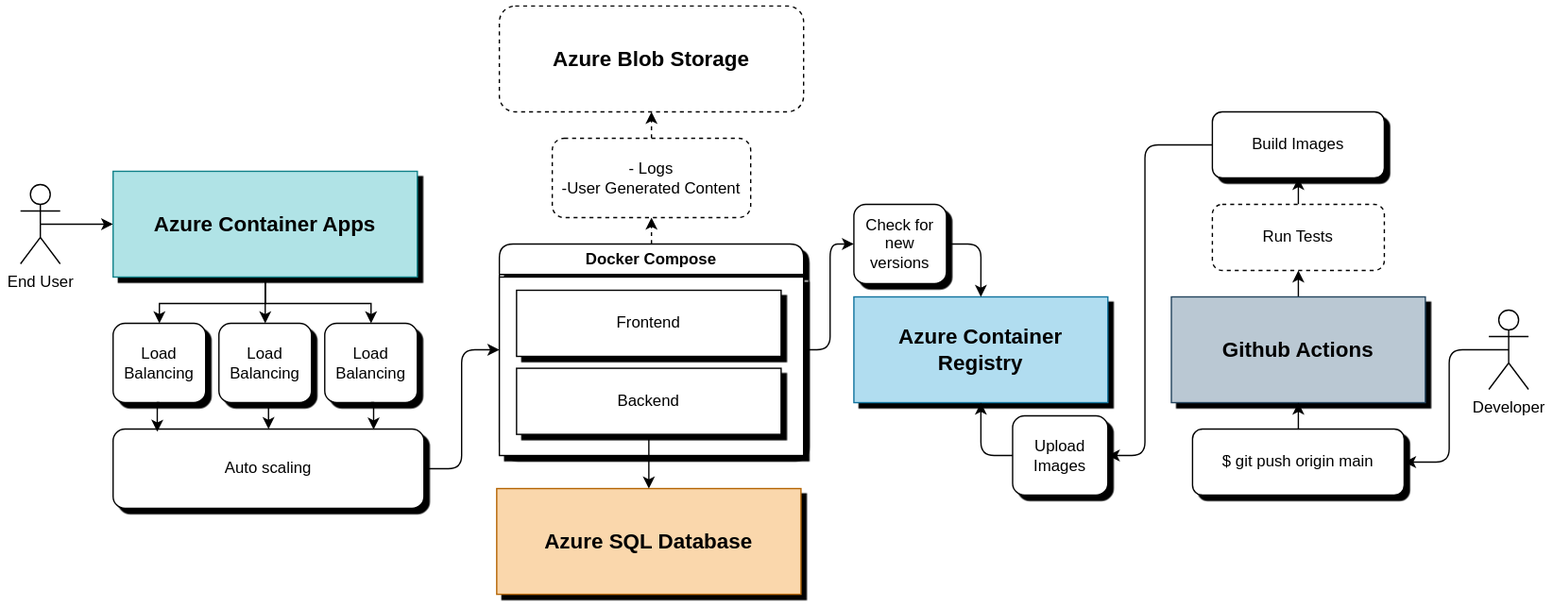
sakuexe/riihisoft_assignment keeps this draw.io diagram as riihisoft_azure_diagram.svg. Above is the earlier version. Source tidied: cells renumbered, new cells last; positions are measured from the earlier drawing's top-left corner, leaving out a move shared by most shapes. Source of this version:
```xml
<mxGraphModel background="#ffffff">
  <root>
    <mxCell id="0" />
    <mxCell id="1" parent="0" />
    <mxCell id="2" value="Docker Compose" style="swimlane;whiteSpace=wrap;html=1;labelBackgroundColor=none;rounded=1;shadow=1;strokeColor=default;align=center;verticalAlign=middle;shadowOffsetX=4;shadowOffsetY=4;shadowBlur=0;shadowOpacity=100;fontFamily=Helvetica;fontSize=12;fontColor=default;fillColor=default;" parent="1" vertex="1">
      <mxGeometry x="362" y="180" width="230" height="160" as="geometry" />
    </mxCell>
    <mxCell id="3" value="&lt;font style=&quot;font-size: 16px;&quot;&gt;&lt;b&gt;Azure SQL Database&lt;br&gt;&lt;/b&gt;&lt;/font&gt;" style="rounded=0;whiteSpace=wrap;html=1;labelBackgroundColor=none;shadow=1;strokeColor=#b46504;align=center;verticalAlign=middle;shadowOffsetX=4;shadowOffsetY=4;shadowBlur=0;shadowOpacity=100;fontFamily=Helvetica;fontSize=12;fillColor=#fad7ac;" parent="1" vertex="1">
      <mxGeometry x="360" y="365" width="230" height="80" as="geometry" />
    </mxCell>
    <mxCell id="4" value="&lt;font style=&quot;font-size: 16px;&quot;&gt;&lt;b&gt;Azure Blob Storage&lt;br&gt;&lt;/b&gt;&lt;/font&gt;" style="rounded=1;whiteSpace=wrap;html=1;dashed=1;labelBackgroundColor=none;" parent="1" vertex="1">
      <mxGeometry x="362" width="230" height="80" as="geometry" />
    </mxCell>
    <mxCell id="5" style="edgeStyle=orthogonalEdgeStyle;rounded=0;jettySize=auto;html=1;exitX=0.5;exitY=0.5;exitDx=0;exitDy=0;exitPerimeter=0;entryX=0;entryY=0.5;entryDx=0;entryDy=0;fontFamily=Helvetica;fontSize=12;fontColor=default;labelBackgroundColor=none;" parent="1" edge="1" source="6" target="12">
      <mxGeometry relative="1" as="geometry" />
    </mxCell>
    <mxCell id="6" value="End User" style="shape=umlActor;verticalLabelPosition=bottom;verticalAlign=top;html=1;outlineConnect=0;labelBackgroundColor=none;rounded=1;" parent="1" vertex="1">
      <mxGeometry y="135" width="30" height="60" as="geometry" />
    </mxCell>
    <mxCell id="7" style="group;fontStyle=1;labelBackgroundColor=none;rounded=0;glass=0;fillColor=default;shadow=1;strokeColor=default;align=center;verticalAlign=middle;shadowOffsetX=4;shadowOffsetY=4;shadowBlur=0;shadowOpacity=100;fontFamily=Helvetica;fontSize=12;fontColor=default;" parent="1" vertex="1">
      <mxGeometry x="362" y="205" width="230" height="135" as="geometry" />
    </mxCell>
    <mxCell id="8" style="edgeStyle=orthogonalEdgeStyle;rounded=1;jettySize=auto;html=1;entryX=0;entryY=0.5;entryDx=0;entryDy=0;labelBackgroundColor=none;fontColor=default;" parent="1" edge="1" source="18" target="2">
      <mxGeometry relative="1" as="geometry" />
    </mxCell>
    <mxCell id="9" style="edgeStyle=orthogonalEdgeStyle;rounded=0;jettySize=auto;html=1;exitX=0.5;exitY=1;exitDx=0;exitDy=0;entryX=0.5;entryY=0;entryDx=0;entryDy=0;fontFamily=Helvetica;fontSize=12;fontColor=default;labelBackgroundColor=none;" parent="1" edge="1" source="12" target="17">
      <mxGeometry relative="1" as="geometry" />
    </mxCell>
    <mxCell id="10" style="edgeStyle=orthogonalEdgeStyle;rounded=0;jettySize=auto;html=1;exitX=0.5;exitY=1;exitDx=0;exitDy=0;entryX=0.5;entryY=0;entryDx=0;entryDy=0;fontFamily=Helvetica;fontSize=12;fontColor=default;labelBackgroundColor=none;" parent="1" edge="1" source="12" target="39">
      <mxGeometry relative="1" as="geometry" />
    </mxCell>
    <mxCell id="11" style="edgeStyle=orthogonalEdgeStyle;rounded=0;jettySize=auto;html=1;exitX=0.5;exitY=1;exitDx=0;exitDy=0;entryX=0.5;entryY=0;entryDx=0;entryDy=0;fontFamily=Helvetica;fontSize=12;fontColor=default;labelBackgroundColor=none;" parent="1" edge="1" source="12" target="38">
      <mxGeometry relative="1" as="geometry" />
    </mxCell>
    <mxCell id="12" value="&lt;font style=&quot;font-size: 16px;&quot;&gt;&lt;b&gt;Azure Container Apps&lt;br&gt;&lt;/b&gt;&lt;/font&gt;" style="rounded=0;whiteSpace=wrap;html=1;labelBackgroundColor=none;shadow=1;shadowOpacity=100;shadowBlur=0;shadowOffsetX=4;shadowOffsetY=4;fillColor=#b0e3e6;strokeColor=#0e8088;" parent="1" vertex="1">
      <mxGeometry x="70" y="125" width="230" height="80" as="geometry" />
    </mxCell>
    <mxCell id="13" style="edgeStyle=orthogonalEdgeStyle;rounded=1;jettySize=auto;html=1;exitX=0.5;exitY=0;exitDx=0;exitDy=0;entryX=0.5;entryY=1;entryDx=0;entryDy=0;dashed=1;labelBackgroundColor=none;fontColor=default;" parent="1" edge="1" source="14" target="4">
      <mxGeometry relative="1" as="geometry" />
    </mxCell>
    <mxCell id="14" value="&lt;div align=&quot;center&quot;&gt;- Logs&lt;br&gt;-User Generated Content&lt;br&gt;&lt;/div&gt;" style="rounded=1;whiteSpace=wrap;html=1;align=center;dashed=1;labelBackgroundColor=none;" parent="1" vertex="1">
      <mxGeometry x="402" y="100" width="150" height="60" as="geometry" />
    </mxCell>
    <mxCell id="15" style="edgeStyle=orthogonalEdgeStyle;rounded=1;jettySize=auto;html=1;exitX=0.5;exitY=0;exitDx=0;exitDy=0;entryX=0.5;entryY=1;entryDx=0;entryDy=0;dashed=1;labelBackgroundColor=none;fontColor=default;" parent="1" edge="1" source="2" target="14">
      <mxGeometry relative="1" as="geometry" />
    </mxCell>
    <mxCell id="16" style="edgeStyle=orthogonalEdgeStyle;rounded=0;jettySize=auto;html=1;exitX=0.5;exitY=1;exitDx=0;exitDy=0;entryX=0.5;entryY=0;entryDx=0;entryDy=0;fontFamily=Helvetica;fontSize=12;fontColor=default;labelBackgroundColor=none;" parent="1" edge="1" source="17" target="18">
      <mxGeometry relative="1" as="geometry" />
    </mxCell>
    <mxCell id="17" value="Load Balancing" style="rounded=1;whiteSpace=wrap;html=1;fontStyle=0;labelBackgroundColor=none;shadow=1;strokeColor=default;align=center;verticalAlign=middle;shadowOffsetX=4;shadowOffsetY=4;shadowBlur=0;shadowOpacity=100;fontFamily=Helvetica;fontSize=12;fontColor=default;fillColor=default;" parent="1" vertex="1">
      <mxGeometry x="150" y="240" width="70" height="60" as="geometry" />
    </mxCell>
    <mxCell id="18" value="Auto scaling" style="rounded=1;whiteSpace=wrap;html=1;fontStyle=0;labelBackgroundColor=none;shadow=1;strokeColor=default;align=center;verticalAlign=middle;shadowOffsetX=4;shadowOffsetY=4;shadowBlur=0;shadowOpacity=100;fontFamily=Helvetica;fontSize=12;fontColor=default;fillColor=default;" parent="1" vertex="1">
      <mxGeometry x="70" y="320" width="235" height="60" as="geometry" />
    </mxCell>
    <mxCell id="19" style="edgeStyle=orthogonalEdgeStyle;rounded=1;jettySize=auto;html=1;exitX=0.5;exitY=1;exitDx=0;exitDy=0;entryX=0.5;entryY=0;entryDx=0;entryDy=0;labelBackgroundColor=none;fontColor=default;" parent="1" edge="1" source="37" target="3">
      <mxGeometry relative="1" as="geometry" />
    </mxCell>
    <mxCell id="20" value="&lt;font style=&quot;font-size: 16px;&quot;&gt;Azure Container Registry&lt;/font&gt;" style="rounded=0;whiteSpace=wrap;html=1;fontStyle=1;labelBackgroundColor=none;shadow=1;strokeColor=#10739e;align=center;verticalAlign=middle;shadowOffsetX=4;shadowOffsetY=4;shadowBlur=0;shadowOpacity=100;fontFamily=Helvetica;fontSize=12;fillColor=#b1ddf0;" parent="1" vertex="1">
      <mxGeometry x="630" y="220" width="192" height="80" as="geometry" />
    </mxCell>
    <mxCell id="21" style="edgeStyle=orthogonalEdgeStyle;rounded=1;jettySize=auto;html=1;exitX=0.5;exitY=0;exitDx=0;exitDy=0;entryX=0.5;entryY=1;entryDx=0;entryDy=0;labelBackgroundColor=none;fontColor=default;" parent="1" edge="1" source="22" target="30">
      <mxGeometry relative="1" as="geometry" />
    </mxCell>
    <mxCell id="22" value="&lt;font style=&quot;font-size: 16px;&quot;&gt;Github Actions&lt;/font&gt;" style="rounded=0;whiteSpace=wrap;html=1;fontStyle=1;labelBackgroundColor=none;shadow=1;strokeColor=#23445d;align=center;verticalAlign=middle;shadowOffsetX=4;shadowOffsetY=4;shadowBlur=0;shadowOpacity=100;fontFamily=Helvetica;fontSize=12;fillColor=#bac8d3;" parent="1" vertex="1">
      <mxGeometry x="870" y="220" width="192" height="80" as="geometry" />
    </mxCell>
    <mxCell id="23" style="edgeStyle=orthogonalEdgeStyle;rounded=1;jettySize=auto;html=1;exitX=0;exitY=0.5;exitDx=0;exitDy=0;entryX=0.5;entryY=1;entryDx=0;entryDy=0;labelBackgroundColor=none;fontColor=default;" parent="1" edge="1" source="24" target="20">
      <mxGeometry relative="1" as="geometry" />
    </mxCell>
    <mxCell id="24" value="Upload Images" style="rounded=1;whiteSpace=wrap;html=1;fontStyle=0;labelBackgroundColor=none;shadow=1;strokeColor=default;align=center;verticalAlign=middle;shadowOffsetX=4;shadowOffsetY=4;shadowBlur=0;shadowOpacity=100;fontFamily=Helvetica;fontSize=12;fontColor=default;fillColor=default;" parent="1" vertex="1">
      <mxGeometry x="750" y="310" width="72" height="60" as="geometry" />
    </mxCell>
    <mxCell id="25" style="edgeStyle=orthogonalEdgeStyle;rounded=1;jettySize=auto;html=1;exitX=0.5;exitY=0.5;exitDx=0;exitDy=0;exitPerimeter=0;entryX=1;entryY=0.5;entryDx=0;entryDy=0;labelBackgroundColor=none;fontColor=default;" parent="1" edge="1" source="26" target="28">
      <mxGeometry relative="1" as="geometry">
        <Array as="points">
          <mxPoint x="1080" y="260" />
          <mxPoint x="1080" y="345" />
        </Array>
      </mxGeometry>
    </mxCell>
    <mxCell id="26" value="Developer" style="shape=umlActor;verticalLabelPosition=bottom;verticalAlign=top;html=1;outlineConnect=0;labelBackgroundColor=none;rounded=1;" parent="1" vertex="1">
      <mxGeometry x="1110" y="230" width="30" height="60" as="geometry" />
    </mxCell>
    <mxCell id="27" style="edgeStyle=orthogonalEdgeStyle;rounded=1;jettySize=auto;html=1;exitX=0.5;exitY=0;exitDx=0;exitDy=0;entryX=0.5;entryY=1;entryDx=0;entryDy=0;labelBackgroundColor=none;fontColor=default;" parent="1" edge="1" source="28" target="22">
      <mxGeometry relative="1" as="geometry" />
    </mxCell>
    <mxCell id="28" value="$ git push origin main" style="rounded=1;whiteSpace=wrap;html=1;fontStyle=0;labelBackgroundColor=none;shadow=1;strokeColor=default;align=center;verticalAlign=middle;shadowOffsetX=4;shadowOffsetY=4;shadowBlur=0;shadowOpacity=100;fontFamily=Helvetica;fontSize=12;fontColor=default;fillColor=default;" parent="1" vertex="1">
      <mxGeometry x="886" y="320" width="160" height="50" as="geometry" />
    </mxCell>
    <mxCell id="29" style="edgeStyle=orthogonalEdgeStyle;rounded=1;jettySize=auto;html=1;exitX=0.5;exitY=0;exitDx=0;exitDy=0;entryX=0.5;entryY=1;entryDx=0;entryDy=0;labelBackgroundColor=none;fontColor=default;" parent="1" edge="1" source="30" target="32">
      <mxGeometry relative="1" as="geometry" />
    </mxCell>
    <mxCell id="30" value="Run Tests" style="rounded=1;whiteSpace=wrap;html=1;fontStyle=0;dashed=1;labelBackgroundColor=none;" parent="1" vertex="1">
      <mxGeometry x="901" y="150" width="130" height="50" as="geometry" />
    </mxCell>
    <mxCell id="31" style="edgeStyle=orthogonalEdgeStyle;rounded=1;jettySize=auto;html=1;exitX=0;exitY=0.5;exitDx=0;exitDy=0;entryX=1;entryY=0.5;entryDx=0;entryDy=0;labelBackgroundColor=none;fontColor=default;" parent="1" edge="1" source="32" target="24">
      <mxGeometry relative="1" as="geometry">
        <Array as="points">
          <mxPoint x="850" y="105" />
          <mxPoint x="850" y="340" />
        </Array>
      </mxGeometry>
    </mxCell>
    <mxCell id="32" value="Build Images" style="rounded=1;whiteSpace=wrap;html=1;fontStyle=0;labelBackgroundColor=none;shadow=1;strokeColor=default;align=center;verticalAlign=middle;shadowOffsetX=4;shadowOffsetY=4;shadowBlur=0;shadowOpacity=100;fontFamily=Helvetica;fontSize=12;fontColor=default;fillColor=default;" parent="1" vertex="1">
      <mxGeometry x="901" y="80" width="130" height="50" as="geometry" />
    </mxCell>
    <mxCell id="33" style="edgeStyle=orthogonalEdgeStyle;rounded=1;jettySize=auto;html=1;exitX=1;exitY=0.5;exitDx=0;exitDy=0;entryX=0.5;entryY=0;entryDx=0;entryDy=0;labelBackgroundColor=none;fontColor=default;" parent="1" edge="1" source="34" target="20">
      <mxGeometry relative="1" as="geometry" />
    </mxCell>
    <mxCell id="34" value="Check for new versions" style="rounded=1;whiteSpace=wrap;html=1;fontStyle=0;labelBackgroundColor=none;shadow=1;strokeColor=default;align=center;verticalAlign=middle;shadowOffsetX=4;shadowOffsetY=4;shadowBlur=0;shadowOpacity=100;fontFamily=Helvetica;fontSize=12;fontColor=default;fillColor=default;" parent="1" vertex="1">
      <mxGeometry x="630" y="150" width="70" height="60" as="geometry" />
    </mxCell>
    <mxCell id="35" style="edgeStyle=orthogonalEdgeStyle;rounded=1;jettySize=auto;html=1;exitX=1;exitY=0.5;exitDx=0;exitDy=0;entryX=0;entryY=0.5;entryDx=0;entryDy=0;labelBackgroundColor=none;fontColor=default;" parent="1" edge="1" source="2" target="34">
      <mxGeometry relative="1" as="geometry" />
    </mxCell>
    <mxCell id="36" value="Frontend" style="rounded=0;whiteSpace=wrap;html=1;labelBackgroundColor=none;shadow=1;strokeColor=default;align=center;verticalAlign=middle;shadowOffsetX=4;shadowOffsetY=4;shadowBlur=0;shadowOpacity=100;fontFamily=Helvetica;fontSize=12;fontColor=default;fillColor=default;" parent="1" vertex="1">
      <mxGeometry x="375" y="215" width="200" height="50" as="geometry" />
    </mxCell>
    <mxCell id="37" value="Backend" style="rounded=0;whiteSpace=wrap;html=1;labelBackgroundColor=none;shadow=1;strokeColor=default;align=center;verticalAlign=middle;shadowOffsetX=4;shadowOffsetY=4;shadowBlur=0;shadowOpacity=100;fontFamily=Helvetica;fontSize=12;fontColor=default;fillColor=default;" parent="1" vertex="1">
      <mxGeometry x="375" y="274" width="200" height="50" as="geometry" />
    </mxCell>
    <mxCell id="38" value="Load Balancing" style="rounded=1;whiteSpace=wrap;html=1;fontStyle=0;labelBackgroundColor=none;shadow=1;strokeColor=default;align=center;verticalAlign=middle;shadowOffsetX=4;shadowOffsetY=4;shadowBlur=0;shadowOpacity=100;fontFamily=Helvetica;fontSize=12;fontColor=default;fillColor=default;" parent="1" vertex="1">
      <mxGeometry x="70" y="240" width="70" height="60" as="geometry" />
    </mxCell>
    <mxCell id="39" value="Load Balancing" style="rounded=1;whiteSpace=wrap;html=1;fontStyle=0;labelBackgroundColor=none;shadow=1;strokeColor=default;align=center;verticalAlign=middle;shadowOffsetX=4;shadowOffsetY=4;shadowBlur=0;shadowOpacity=100;fontFamily=Helvetica;fontSize=12;fontColor=default;fillColor=default;" parent="1" vertex="1">
      <mxGeometry x="230" y="240" width="70" height="60" as="geometry" />
    </mxCell>
    <mxCell id="40" style="edgeStyle=orthogonalEdgeStyle;rounded=0;jettySize=auto;html=1;exitX=0.5;exitY=1;exitDx=0;exitDy=0;entryX=0.142;entryY=0.033;entryDx=0;entryDy=0;entryPerimeter=0;fontFamily=Helvetica;fontSize=12;fontColor=default;labelBackgroundColor=none;" parent="1" edge="1" source="38" target="18">
      <mxGeometry relative="1" as="geometry" />
    </mxCell>
    <mxCell id="41" style="edgeStyle=orthogonalEdgeStyle;rounded=0;jettySize=auto;html=1;exitX=0.5;exitY=1;exitDx=0;exitDy=0;entryX=0.838;entryY=0.005;entryDx=0;entryDy=0;entryPerimeter=0;fontFamily=Helvetica;fontSize=12;fontColor=default;labelBackgroundColor=none;" parent="1" edge="1" source="39" target="18">
      <mxGeometry relative="1" as="geometry" />
    </mxCell>
  </root>
</mxGraphModel>
```
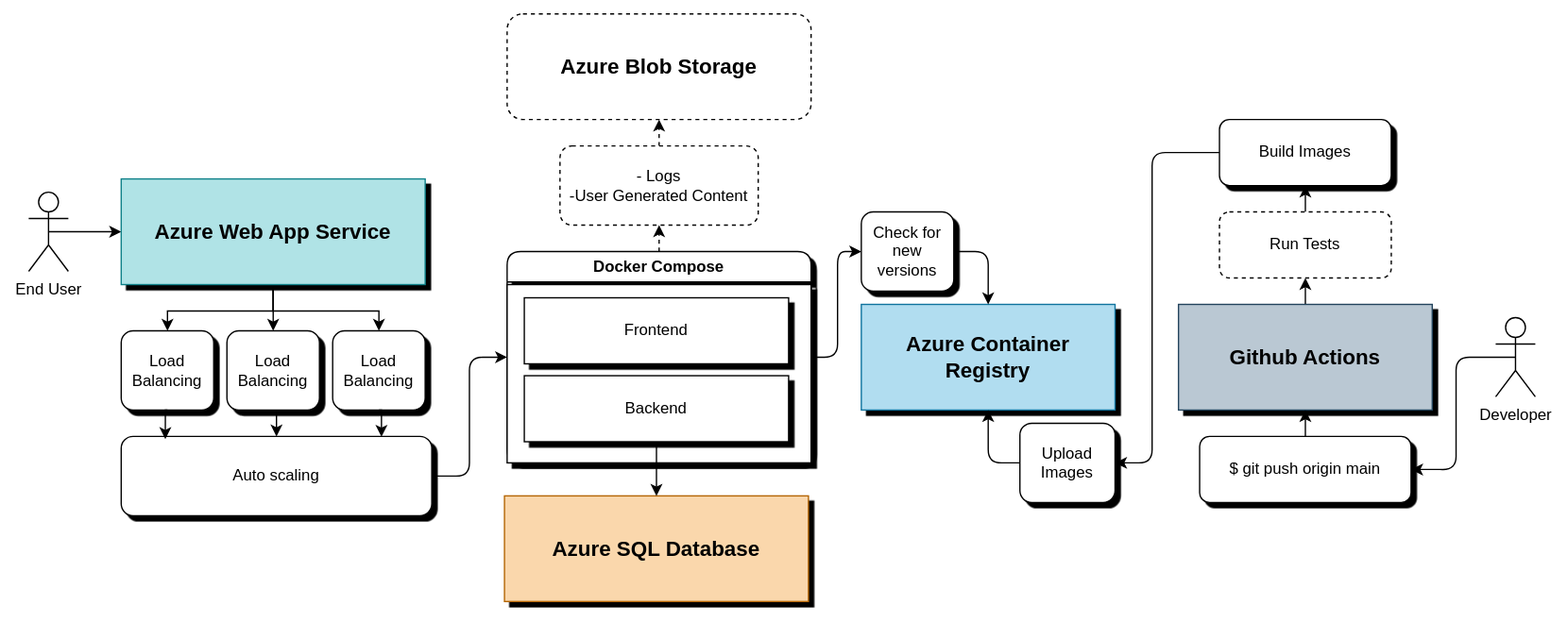
Above is the later version.

The edit, as a diff of the source:
```diff
@@ -32,7 +32,7 @@
     <mxCell id="11" style="edgeStyle=orthogonalEdgeStyle;rounded=0;jettySize=auto;html=1;exitX=0.5;exitY=1;exitDx=0;exitDy=0;entryX=0.5;entryY=0;entryDx=0;entryDy=0;fontFamily=Helvetica;fontSize=12;fontColor=default;labelBackgroundColor=none;" parent="1" edge="1" source="12" target="38">
       <mxGeometry relative="1" as="geometry" />
     </mxCell>
-    <mxCell id="12" value="&lt;font style=&quot;font-size: 16px;&quot;&gt;&lt;b&gt;Azure Container Apps&lt;br&gt;&lt;/b&gt;&lt;/font&gt;" style="rounded=0;whiteSpace=wrap;html=1;labelBackgroundColor=none;shadow=1;shadowOpacity=100;shadowBlur=0;shadowOffsetX=4;shadowOffsetY=4;fillColor=#b0e3e6;strokeColor=#0e8088;" parent="1" vertex="1">
+    <mxCell id="12" value="&lt;font style=&quot;font-size: 16px;&quot;&gt;&lt;b&gt;Azure Web App Service&lt;br&gt;&lt;/b&gt;&lt;/font&gt;" style="rounded=0;whiteSpace=wrap;html=1;labelBackgroundColor=none;shadow=1;shadowOpacity=100;shadowBlur=0;shadowOffsetX=4;shadowOffsetY=4;fillColor=#b0e3e6;strokeColor=#0e8088;" parent="1" vertex="1">
       <mxGeometry x="70" y="125" width="230" height="80" as="geometry" />
     </mxCell>
     <mxCell id="13" style="edgeStyle=orthogonalEdgeStyle;rounded=1;jettySize=auto;html=1;exitX=0.5;exitY=0;exitDx=0;exitDy=0;entryX=0.5;entryY=1;entryDx=0;entryDy=0;dashed=1;labelBackgroundColor=none;fontColor=default;" parent="1" edge="1" source="14" target="4">
```
